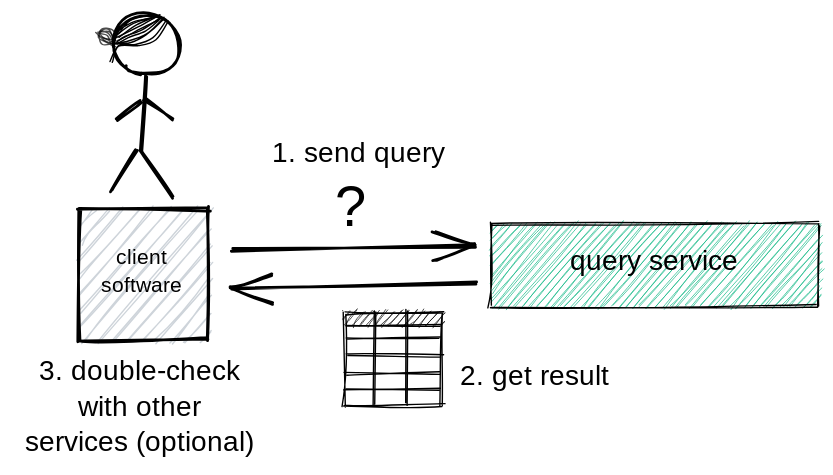
This is images/querying.svg from tkuhn/knowledge-space, a Excalidraw export, as it was before one commit. Source tidied: one line per element, renumbered; positions are measured from the earlier drawing's top-left corner, leaving out a move shared by most shapes.
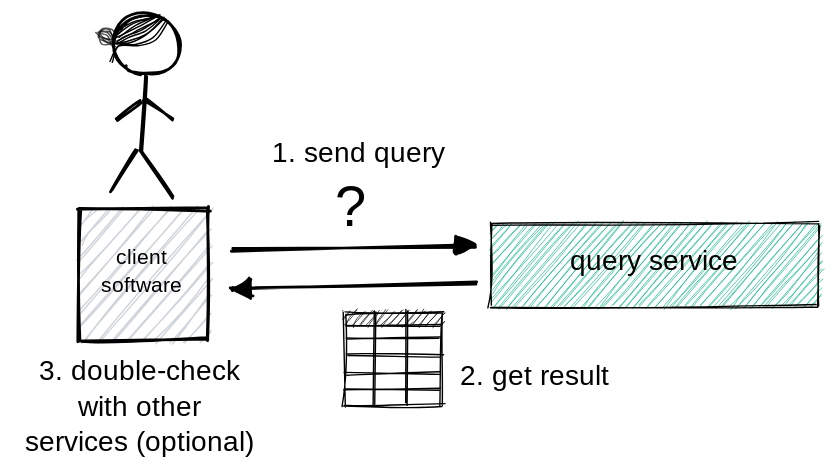
After the change.

The edit, as a diff of the source:
```diff
@@ -1,7 +1,7 @@
-{"id": 0, "type": "arrow", "strokeColor": "#000000", "strokeWidth": 2, "roughness": 1, "startArrowhead": "arrow", "from": 1, "to": 24, "x": 155, "y": 196, "width": 175, "height": 5, "points": [[0, 0], [175, -5]]}
+{"id": 0, "type": "arrow", "strokeColor": "#000000", "strokeWidth": 2, "roughness": 1, "startArrowhead": "triangle", "from": 1, "to": 24, "x": 155, "y": 196, "width": 175, "height": 5, "points": [[0, 0], [175, -5]]}
 {"id": 1, "type": "rectangle", "strokeColor": "#000000", "backgroundColor": "#ced4da", "fillStyle": "hachure", "strokeWidth": 2, "roughness": 1, "x": 47, "y": 139, "width": 92, "height": 94}
 {"id": 2, "type": "text", "text": "client\nsoftware", "strokeColor": "#000000", "backgroundColor": "#ced4da", "fillStyle": "hachure", "strokeWidth": 2, "roughness": 1, "fontSize": 15.0, "fontFamily": 1, "textAlign": "center", "verticalAlign": "middle", "x": 58, "y": 164, "width": 66, "height": 40}
-{"id": 3, "type": "arrow", "strokeColor": "#000000", "strokeWidth": 2, "roughness": 1, "endArrowhead": "arrow", "from": 1, "to": 24, "x": 156, "y": 168, "width": 174, "height": 2, "points": [[0, 0], [174, -2]]}
+{"id": 3, "type": "arrow", "strokeColor": "#000000", "strokeWidth": 2, "roughness": 1, "endArrowhead": "triangle", "from": 1, "to": 24, "x": 156, "y": 168, "width": 174, "height": 2, "points": [[0, 0], [174, -2]]}
 {"id": 4, "type": "text", "text": "?", "strokeColor": "#000000", "backgroundColor": "#12b886", "fillStyle": "hachure", "strokeWidth": 1, "strokeStyle": "dotted", "roughness": 0, "fontSize": 40.0, "fontFamily": 1, "x": 230, "y": 115, "width": 20, "height": 52}
 {"id": 5, "type": "text", "text": "1. send query", "strokeColor": "#000000", "strokeWidth": 1, "roughness": 1, "fontSize": 20, "fontFamily": 1, "textAlign": "center", "x": 183, "y": 87, "width": 126, "height": 25}
 {"id": 6, "type": "text", "text": "2. get result", "strokeColor": "#000000", "strokeWidth": 1, "roughness": 1, "fontSize": 20, "fontFamily": 1, "x": 319, "y": 247, "width": 131, "height": 25}
```
